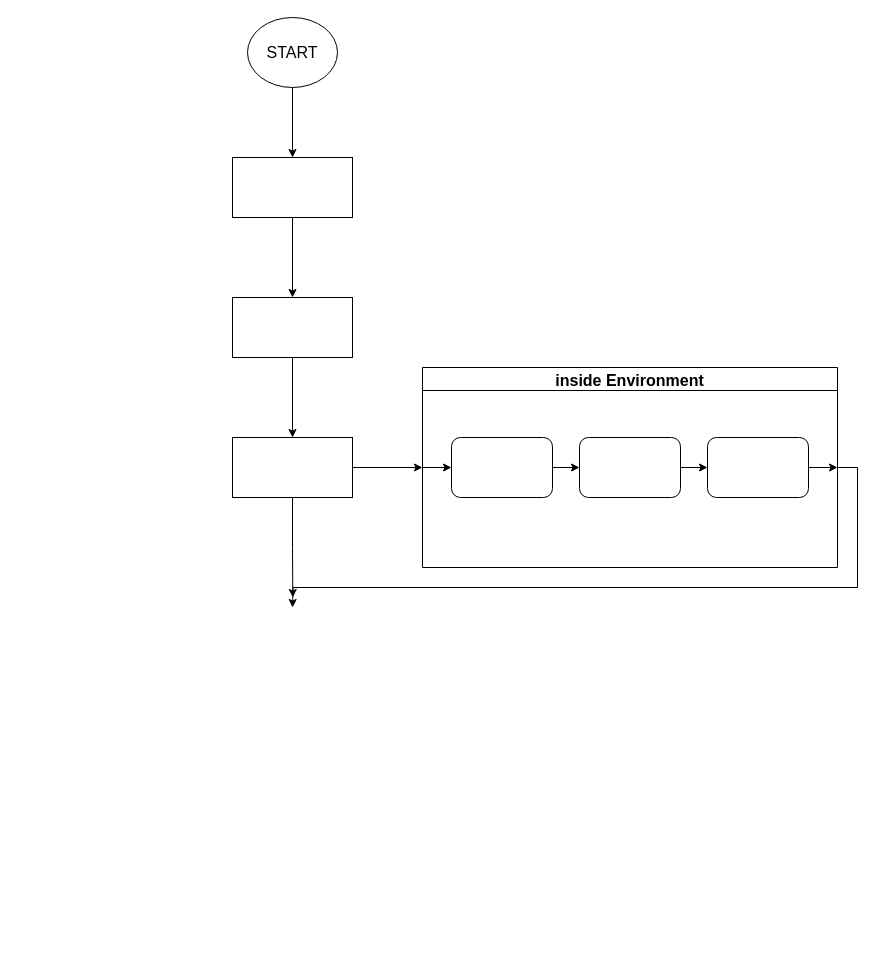
This is rl-unscrew.drawio from TONiiV/flowcharts, a draw.io file, before an edit. Source tidied: cells renumbered, new cells numbered last; positions are measured from the earlier drawing's top-left corner, leaving out a move shared by most shapes. Both pictures are drawn from the tidied source at 100%, with x=0, y=0 at pixel (232, 17).
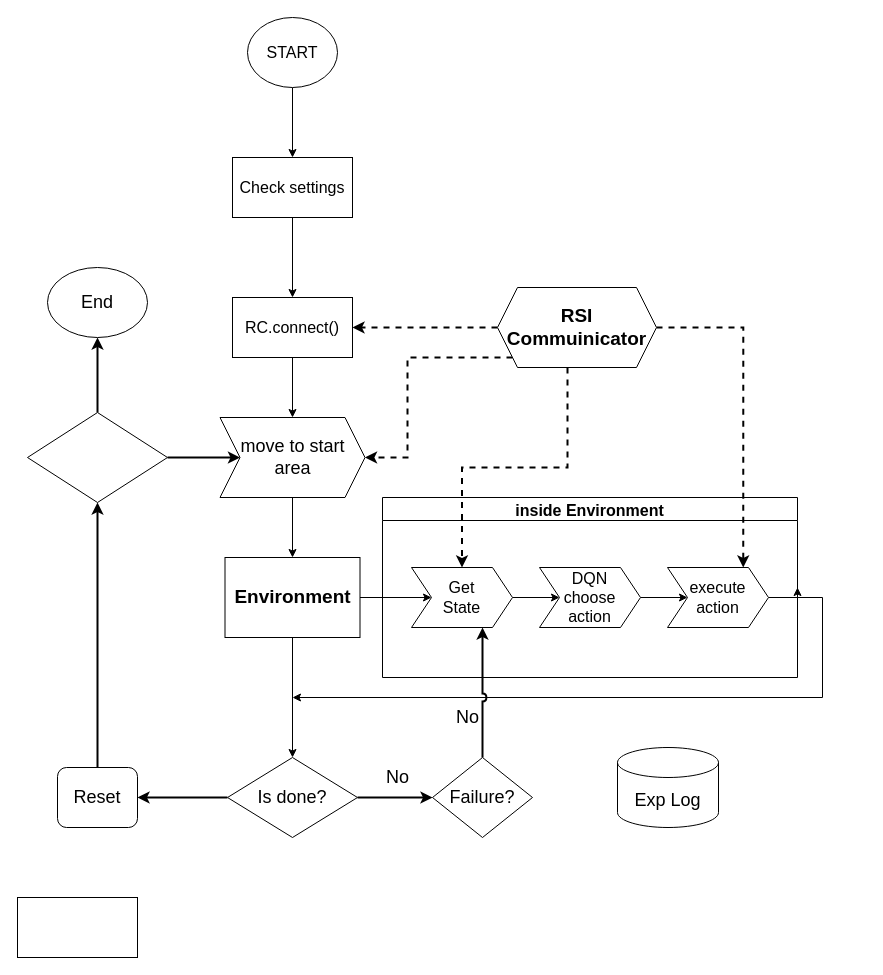
The same page after the edit.

Diff of the diagram source:
```diff
@@
-    <mxCell id="5" style="rounded=0;whiteSpace=wrap;html=1;fontSize=16;" parent="1" vertex="1">
+    <mxCell id="5" value="Check settings" style="rounded=0;whiteSpace=wrap;html=1;fontSize=16;" parent="1" vertex="1">
       <mxGeometry y="140" width="120" height="60" as="geometry" />
     </mxCell>
-    <mxCell id="6" style="edgeStyle=orthogonalEdgeStyle;rounded=0;jettySize=auto;html=1;exitX=0.5;exitY=1;exitDx=0;exitDy=0;entryX=0.5;entryY=0;entryDx=0;entryDy=0;fontSize=16;" parent="1" edge="1" source="7" target="10">
-      <mxGeometry relative="1" as="geometry" />
-    </mxCell>
+    <mxCell id="20" style="edgeStyle=orthogonalEdgeStyle;rounded=0;jettySize=auto;html=1;entryX=0.5;entryY=0;entryDx=0;entryDy=0;fontSize=16;" parent="1" edge="1" source="7" target="30">
+      <mxGeometry relative="1" as="geometry" />
+    </mxCell>
-    <mxCell id="7" style="rounded=0;whiteSpace=wrap;html=1;fontSize=16;" parent="1" vertex="1">
+    <mxCell id="7" value="RC.connect()" style="rounded=0;whiteSpace=wrap;html=1;fontSize=16;" parent="1" vertex="1">
       <mxGeometry y="280" width="120" height="60" as="geometry" />
     </mxCell>
-    <mxCell id="8" style="edgeStyle=orthogonalEdgeStyle;rounded=0;jettySize=auto;html=1;exitX=1;exitY=0.5;exitDx=0;exitDy=0;entryX=0;entryY=0.5;entryDx=0;entryDy=0;fontSize=16;" parent="1" edge="1" source="10" target="12">
+    <mxCell id="8" style="edgeStyle=orthogonalEdgeStyle;rounded=0;jettySize=auto;html=1;exitX=1;exitY=0.5;exitDx=0;exitDy=0;fontSize=16;entryX=0;entryY=0.5;entryDx=0;entryDy=0;" parent="1" edge="1" source="10" target="14">
       <mxGeometry relative="1" as="geometry" />
     </mxCell>
-    <mxCell id="9" style="edgeStyle=orthogonalEdgeStyle;rounded=0;jettySize=auto;html=1;exitX=0.5;exitY=1;exitDx=0;exitDy=0;fontSize=16;" parent="1" edge="1" source="10">
-      <mxGeometry relative="1" as="geometry">
-        <mxPoint x="60.3" y="580" as="targetPoint" />
-      </mxGeometry>
+    <mxCell id="9" style="edgeStyle=orthogonalEdgeStyle;rounded=0;jettySize=auto;html=1;exitX=0.5;exitY=1;exitDx=0;exitDy=0;fontSize=16;entryX=0.5;entryY=0;entryDx=0;entryDy=0;" parent="1" edge="1" source="10" target="28">
+      <mxGeometry relative="1" as="geometry" />
     </mxCell>
-    <mxCell id="10" style="rounded=0;whiteSpace=wrap;html=1;fontSize=16;" parent="1" vertex="1">
-      <mxGeometry y="420" width="120" height="60" as="geometry" />
+    <mxCell id="10" value="&lt;font style=&quot;font-size: 19px&quot;&gt;&lt;b&gt;Environment&lt;/b&gt;&lt;/font&gt;" style="rounded=0;whiteSpace=wrap;html=1;fontSize=16;" parent="1" vertex="1">
+      <mxGeometry x="-7.5" y="540" width="135" height="80" as="geometry" />
     </mxCell>
     <mxCell id="11" style="edgeStyle=orthogonalEdgeStyle;rounded=0;jettySize=auto;html=1;exitX=1;exitY=0.5;exitDx=0;exitDy=0;fontSize=16;" parent="1" edge="1" source="12">
       <mxGeometry relative="1" as="geometry">
-        <mxPoint x="60" y="590" as="targetPoint" />
+        <mxPoint x="60" y="680" as="targetPoint" />
+        <Array as="points">
+          <mxPoint x="565" y="580" />
+          <mxPoint x="590" y="580" />
+          <mxPoint x="590" y="680" />
+        </Array>
       </mxGeometry>
     </mxCell>
     <mxCell id="12" value="inside Environment" style="swimlane;fontSize=16;" parent="1" vertex="1">
-      <mxGeometry x="190" y="350" width="415" height="200" as="geometry" />
+      <mxGeometry x="150" y="480" width="415" height="180" as="geometry" />
     </mxCell>
@@
-    <mxCell id="14" style="rounded=1;whiteSpace=wrap;html=1;fontSize=16;" parent="12" vertex="1">
+    <mxCell id="14" value="&lt;div&gt;Get &lt;br&gt;&lt;/div&gt;&lt;div&gt;State&lt;br&gt;&lt;/div&gt;" style="shape=step;perimeter=stepPerimeter;whiteSpace=wrap;html=1;fixedSize=1;fontFamily=Helvetica;fontSize=16;fontColor=default;align=center;strokeColor=default;fillColor=default;" parent="12" vertex="1">
       <mxGeometry x="29" y="70" width="101" height="60" as="geometry" />
     </mxCell>
@@
-    <mxCell id="16" style="rounded=1;whiteSpace=wrap;html=1;fontSize=16;" parent="12" vertex="1">
+    <mxCell id="16" value="&lt;div&gt;DQN &lt;br&gt;&lt;/div&gt;&lt;div&gt;choose &lt;br&gt;&lt;/div&gt;&lt;div&gt;action&lt;/div&gt;" style="shape=step;perimeter=stepPerimeter;whiteSpace=wrap;html=1;fixedSize=1;fontFamily=Helvetica;fontSize=16;fontColor=default;align=center;strokeColor=default;fillColor=default;" parent="12" vertex="1">
       <mxGeometry x="157" y="70" width="101" height="60" as="geometry" />
     </mxCell>
@@
-    <mxCell id="18" style="rounded=1;whiteSpace=wrap;html=1;fontSize=16;" parent="12" vertex="1">
+    <mxCell id="18" value="&lt;div&gt;execute &lt;br&gt;&lt;/div&gt;&lt;div&gt;action&lt;br&gt;&lt;/div&gt;" style="shape=step;perimeter=stepPerimeter;whiteSpace=wrap;html=1;fixedSize=1;fontFamily=Helvetica;fontSize=16;fontColor=default;align=center;strokeColor=default;fillColor=default;" parent="12" vertex="1">
       <mxGeometry x="285" y="70" width="101" height="60" as="geometry" />
     </mxCell>
-    <mxCell id="19" style="edgeStyle=orthogonalEdgeStyle;rounded=0;jettySize=auto;html=1;exitX=0;exitY=0.5;exitDx=0;exitDy=0;entryX=0;entryY=0.5;entryDx=0;entryDy=0;fontSize=16;" parent="12" edge="1" source="12" target="14">
-      <mxGeometry relative="1" as="geometry" />
-    </mxCell>
+    <mxCell id="21" style="edgeStyle=orthogonalEdgeStyle;rounded=0;jettySize=auto;html=1;entryX=1;entryY=0.5;entryDx=0;entryDy=0;fontSize=16;dashed=1;strokeWidth=2;" parent="1" edge="1" source="25" target="7">
+      <mxGeometry relative="1" as="geometry" />
+    </mxCell>
+    <mxCell id="22" style="edgeStyle=orthogonalEdgeStyle;rounded=0;jettySize=auto;html=1;entryX=0.5;entryY=0;entryDx=0;entryDy=0;dashed=1;fontSize=16;strokeWidth=2;" parent="1" edge="1" source="25" target="14">
+      <mxGeometry relative="1" as="geometry">
+        <Array as="points">
+          <mxPoint x="335" y="450" />
+          <mxPoint x="229" y="450" />
+        </Array>
+      </mxGeometry>
+    </mxCell>
+    <mxCell id="23" style="edgeStyle=orthogonalEdgeStyle;rounded=0;jettySize=auto;html=1;entryX=0.75;entryY=0;entryDx=0;entryDy=0;dashed=1;fontSize=16;strokeWidth=2;" parent="1" edge="1" source="25" target="18">
+      <mxGeometry relative="1" as="geometry">
+        <Array as="points">
+          <mxPoint x="511" y="310" />
+        </Array>
+      </mxGeometry>
+    </mxCell>
+    <mxCell id="24" style="edgeStyle=orthogonalEdgeStyle;rounded=0;jumpStyle=arc;jettySize=auto;html=1;entryX=1;entryY=0.5;entryDx=0;entryDy=0;fontSize=18;strokeWidth=2;dashed=1;" parent="1" edge="1" source="25" target="30">
+      <mxGeometry relative="1" as="geometry">
+        <Array as="points">
+          <mxPoint x="175" y="340" />
+          <mxPoint x="175" y="440" />
+        </Array>
+      </mxGeometry>
+    </mxCell>
+    <mxCell id="25" value="&lt;font style=&quot;font-size: 19px&quot;&gt;&lt;b&gt;RSI Commuinicator&lt;/b&gt;&lt;/font&gt;" style="shape=hexagon;perimeter=hexagonPerimeter2;whiteSpace=wrap;html=1;fixedSize=1;fontSize=16;" parent="1" vertex="1">
+      <mxGeometry x="265" y="270" width="159" height="80" as="geometry" />
+    </mxCell>
+    <mxCell id="26" value="No" style="edgeStyle=orthogonalEdgeStyle;rounded=0;jumpStyle=arc;jettySize=auto;html=1;entryX=0;entryY=0.5;entryDx=0;entryDy=0;fontSize=18;strokeWidth=2;" parent="1" edge="1" source="28" target="32">
+      <mxGeometry x="0.07" y="20" relative="1" as="geometry" />
+    </mxCell>
+    <mxCell id="27" style="edgeStyle=orthogonalEdgeStyle;rounded=0;jumpStyle=arc;jettySize=auto;html=1;fontSize=18;strokeWidth=2;" parent="1" edge="1" source="28" target="35">
+      <mxGeometry relative="1" as="geometry" />
+    </mxCell>
+    <mxCell id="28" value="&lt;font style=&quot;font-size: 18px&quot;&gt;Is done?&lt;/font&gt;" style="rhombus;whiteSpace=wrap;html=1;fontSize=16;" parent="1" vertex="1">
+      <mxGeometry x="-5" y="740" width="130" height="80" as="geometry" />
+    </mxCell>
+    <mxCell id="29" style="edgeStyle=orthogonalEdgeStyle;rounded=0;jettySize=auto;html=1;exitX=0.5;exitY=1;exitDx=0;exitDy=0;entryX=0.5;entryY=0;entryDx=0;entryDy=0;fontSize=16;" parent="1" edge="1" source="30" target="10">
+      <mxGeometry relative="1" as="geometry" />
+    </mxCell>
+    <mxCell id="30" value="&lt;font style=&quot;font-size: 18px&quot;&gt;move to start area&lt;/font&gt;" style="shape=step;perimeter=stepPerimeter;whiteSpace=wrap;html=1;fixedSize=1;fontSize=16;" parent="1" vertex="1">
+      <mxGeometry x="-12.5" y="400" width="145" height="80" as="geometry" />
+    </mxCell>
+    <mxCell id="31" value="No" style="edgeStyle=orthogonalEdgeStyle;rounded=0;jumpStyle=arc;jettySize=auto;html=1;fontSize=18;strokeWidth=2;" parent="1" edge="1" source="32" target="14">
+      <mxGeometry x="-0.38" y="15" relative="1" as="geometry">
+        <Array as="points">
+          <mxPoint x="250" y="710" />
+          <mxPoint x="250" y="710" />
+        </Array>
+      </mxGeometry>
+    </mxCell>
+    <mxCell id="32" value="Failure?" style="rhombus;whiteSpace=wrap;html=1;fontSize=18;" parent="1" vertex="1">
+      <mxGeometry x="200" y="740" width="100" height="80" as="geometry" />
+    </mxCell>
+    <mxCell id="33" value="Exp Log" style="shape=cylinder3;whiteSpace=wrap;html=1;boundedLbl=1;backgroundOutline=1;size=15;fontSize=18;" parent="1" vertex="1">
+      <mxGeometry x="385" y="730" width="101" height="80" as="geometry" />
+    </mxCell>
+    <mxCell id="34" style="edgeStyle=orthogonalEdgeStyle;rounded=0;jumpStyle=arc;jettySize=auto;html=1;entryX=0.5;entryY=1;entryDx=0;entryDy=0;fontSize=18;strokeWidth=2;" parent="1" edge="1" source="35" target="38">
+      <mxGeometry relative="1" as="geometry" />
+    </mxCell>
+    <mxCell id="35" value="&lt;div&gt;Reset&lt;/div&gt;" style="rounded=1;whiteSpace=wrap;html=1;fontSize=18;" parent="1" vertex="1">
+      <mxGeometry x="-175" y="750" width="80" height="60" as="geometry" />
+    </mxCell>
+    <mxCell id="36" style="edgeStyle=orthogonalEdgeStyle;rounded=0;jumpStyle=arc;jettySize=auto;html=1;fontSize=18;strokeWidth=2;" parent="1" edge="1" source="38" target="39">
+      <mxGeometry relative="1" as="geometry" />
+    </mxCell>
+    <mxCell id="37" style="edgeStyle=orthogonalEdgeStyle;rounded=0;jumpStyle=arc;jettySize=auto;html=1;entryX=0;entryY=0.5;entryDx=0;entryDy=0;fontSize=18;strokeWidth=2;" parent="1" edge="1" source="38" target="30">
+      <mxGeometry relative="1" as="geometry" />
+    </mxCell>
+    <mxCell id="38" style="rhombus;whiteSpace=wrap;html=1;fontSize=18;" parent="1" vertex="1">
+      <mxGeometry x="-205" y="395" width="140" height="90" as="geometry" />
+    </mxCell>
+    <mxCell id="39" value="End" style="ellipse;whiteSpace=wrap;html=1;fontSize=18;" parent="1" vertex="1">
+      <mxGeometry x="-185" y="250" width="100" height="70" as="geometry" />
+    </mxCell>
+    <mxCell id="40" style="rounded=0;whiteSpace=wrap;html=1;fontSize=18;" parent="1" vertex="1">
+      <mxGeometry x="-215" y="880" width="120" height="60" as="geometry" />
+    </mxCell>
```
